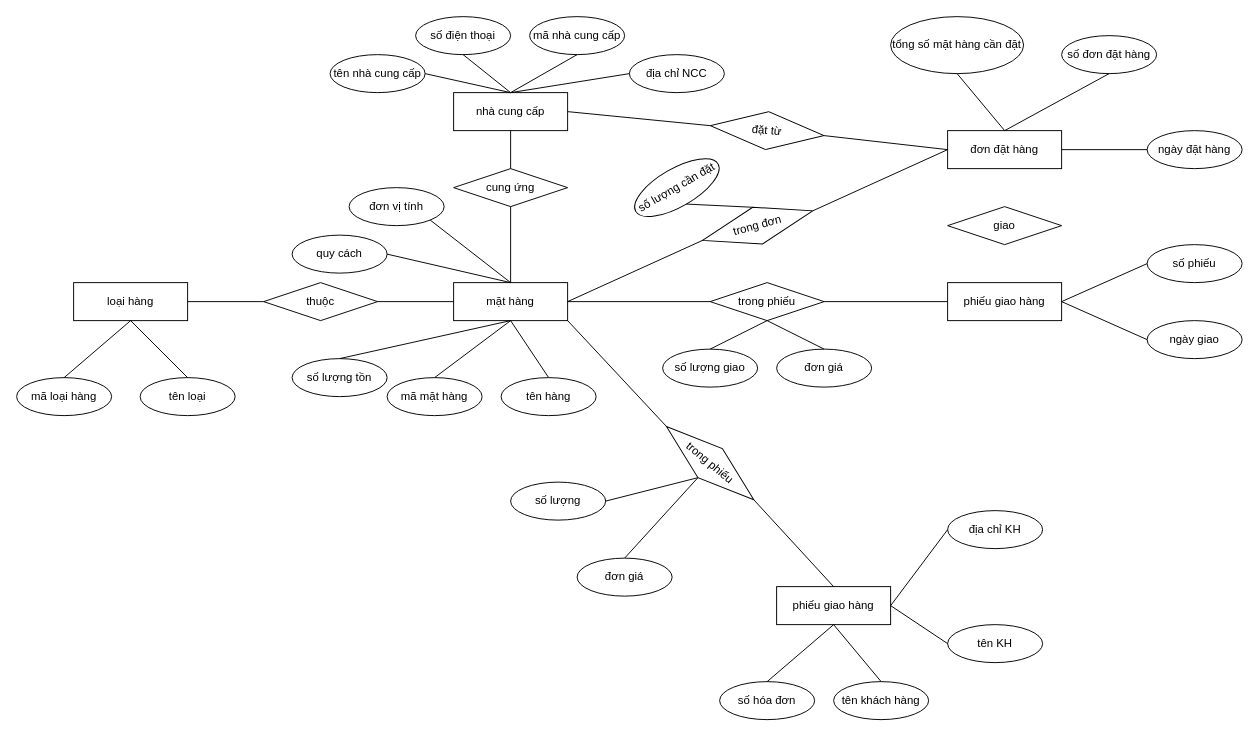
The draw.io diagram ER sales management system.drawio in HarikNguyen/database, before the edit. Source tidied: cells renumbered, new cells numbered last; positions are measured from the earlier drawing's top-left corner, leaving out a move shared by most shapes. Both pictures are drawn from the tidied source at 95%, with x=0, y=0 at pixel (16, 16).
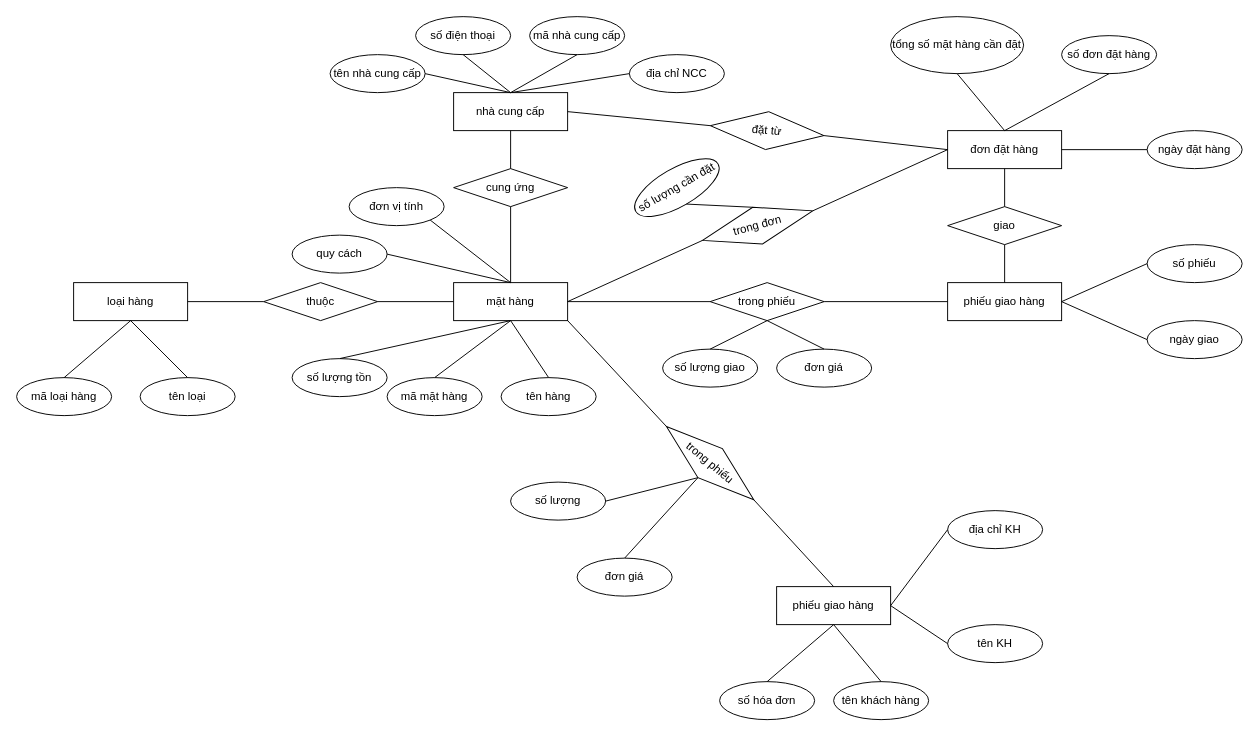
The same page after the edit.

The change refers to these unchanged cells:
```xml
<mxCell id="33" value="đơn đặt hàng" style="rounded=0;whiteSpace=wrap;html=1;" parent="1" vertex="1">
  <mxGeometry x="980" y="120" width="120" height="40" as="geometry" />
</mxCell>
<mxCell id="48" value="phiếu giao hàng" style="rounded=0;whiteSpace=wrap;html=1;" parent="1" vertex="1">
  <mxGeometry x="980" y="280" width="120" height="40" as="geometry" />
</mxCell>
<mxCell id="50" value="giao" style="rhombus;whiteSpace=wrap;html=1;" parent="1" vertex="1">
  <mxGeometry x="980" y="200" width="120" height="40" as="geometry" />
</mxCell>
```

Change to the diagram source:
```diff
@@
+    <mxCell id="77" style="endArrow=none;html=1;rounded=0;exitX=0.5;exitY=0;exitDx=0;exitDy=0;entryX=0.5;entryY=1;entryDx=0;entryDy=0;" parent="1" edge="1" source="48" target="50">
+      <mxGeometry relative="1" as="geometry" />
+    </mxCell>
+    <mxCell id="78" style="endArrow=none;html=1;rounded=0;exitX=0.5;exitY=0;exitDx=0;exitDy=0;entryX=0.5;entryY=1;entryDx=0;entryDy=0;" parent="1" edge="1" source="50" target="33">
+      <mxGeometry relative="1" as="geometry" />
+    </mxCell>
```
